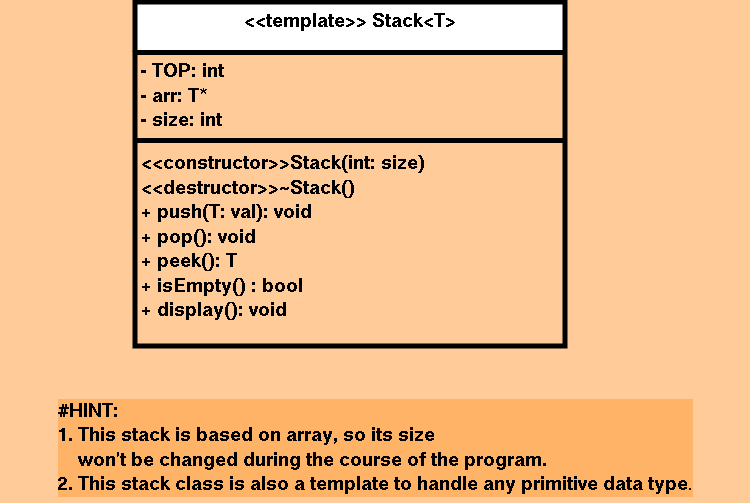
Before: DataStructures/Stack/ExpEvaluation/classDiagram.png, a diagram exported from draw.io (Alsayed-Aldkhakhni/CPP). Source tidied: cells renumbered, new cells last; positions are measured from the earlier drawing's top-left corner, leaving out a move shared by most shapes. Its diagram source:
```xml
<mxGraphModel background="#FFCC99">
  <root>
    <mxCell id="0" />
    <mxCell id="1" parent="0" />
    <mxCell id="2" value="&lt;div align=&quot;left&quot; style=&quot;font-size: 20px;&quot;&gt;&lt;font style=&quot;font-size: 20px;&quot;&gt;&lt;b&gt;#HINT:&lt;/b&gt;&lt;/font&gt;&lt;/div&gt;&lt;div align=&quot;left&quot; style=&quot;font-size: 20px;&quot;&gt;&lt;font style=&quot;font-size: 20px;&quot;&gt;&lt;b&gt;1. This stack is based on array, so its size&lt;/b&gt;&lt;/font&gt;&lt;/div&gt;&lt;div align=&quot;left&quot; style=&quot;font-size: 20px;&quot;&gt;&lt;font style=&quot;font-size: 20px;&quot;&gt;&lt;b&gt;&amp;nbsp;&amp;nbsp;&amp;nbsp; won't be changed during the course of the program.&lt;/b&gt;&lt;/font&gt;&lt;/div&gt;&lt;div align=&quot;left&quot; style=&quot;font-size: 20px;&quot;&gt;&lt;font style=&quot;font-size: 20px;&quot;&gt;&lt;b&gt;2. This stack class is also a template to handle any primitive data type&lt;/b&gt;&lt;/font&gt;.&lt;/div&gt;" style="text;html=1;align=center;verticalAlign=middle;strokeColor=none;fillColor=none;labelBackgroundColor=#FFB366;rotation=0;" parent="1" vertex="1">
      <mxGeometry y="390" width="750" height="110" as="geometry" />
    </mxCell>
    <mxCell id="3" value="&lt;font style=&quot;font-size: 20px;&quot;&gt;&amp;lt;&amp;lt;template&amp;gt;&amp;gt; Stack&amp;lt;T&amp;gt;&lt;/font&gt;" style="swimlane;fontStyle=1;align=center;verticalAlign=top;horizontal=1;startSize=50;whiteSpace=wrap;html=1;strokeWidth=5;swimlaneFillColor=#FFCC99;" parent="1" vertex="1">
      <mxGeometry x="135" width="430" height="344" as="geometry" />
    </mxCell>
    <mxCell id="4" value="&lt;font style=&quot;font-size: 20px;&quot;&gt;&lt;b&gt;&lt;span style=&quot;background-color: rgb(255, 204, 153);&quot;&gt;- TOP: int&lt;br&gt;- arr: T*&lt;br&gt;- size: int&lt;/span&gt;&lt;/b&gt;&lt;/font&gt;&lt;div style=&quot;font-size: 20px;&quot;&gt;&lt;font style=&quot;font-size: 20px;&quot;&gt;&lt;b&gt;&lt;span style=&quot;background-color: rgb(255, 204, 153);&quot;&gt;&lt;br&gt;&lt;br&gt;&lt;br&gt;&lt;/span&gt;&lt;/b&gt;&lt;/font&gt;&lt;/div&gt;" style="text;strokeColor=none;fillColor=none;align=left;verticalAlign=top;spacingLeft=4;spacingRight=4;overflow=hidden;whiteSpace=wrap;html=1;" parent="3" vertex="1">
      <mxGeometry y="50" width="430" height="84" as="geometry" />
    </mxCell>
    <mxCell id="5" style="line;strokeWidth=5;fillColor=none;align=left;verticalAlign=middle;spacingTop=-1;spacingLeft=3;spacingRight=3;labelPosition=right;strokeColor=inherit;" parent="3" vertex="1">
      <mxGeometry y="134" width="430" height="8" as="geometry" />
    </mxCell>
    <mxCell id="6" value="&lt;font style=&quot;font-size: 20px;&quot;&gt;&lt;b&gt;&amp;lt;&amp;lt;constructor&amp;gt;&amp;gt;Stack(int: size)&lt;br&gt;&amp;lt;&amp;lt;destructor&amp;gt;&amp;gt;~Stack()&lt;br&gt;+ push(T: val): void&lt;br&gt;+ pop(): void&lt;br&gt;+ peek(): T&lt;br&gt;+ isEmpty() : bool&lt;br&gt;+ display(): void&lt;/b&gt;&lt;/font&gt;&lt;div style=&quot;font-size: 20px;&quot;&gt;&lt;b&gt;&lt;font style=&quot;font-size: 20px;&quot;&gt;&lt;br&gt;&lt;br&gt;&lt;/font&gt;&lt;br&gt;&lt;/b&gt;&lt;/div&gt;" style="text;strokeColor=none;fillColor=none;align=left;verticalAlign=top;spacingLeft=4;spacingRight=4;overflow=hidden;whiteSpace=wrap;html=1;" parent="3" vertex="1">
      <mxGeometry y="142" width="430" height="202" as="geometry" />
    </mxCell>
  </root>
</mxGraphModel>
```
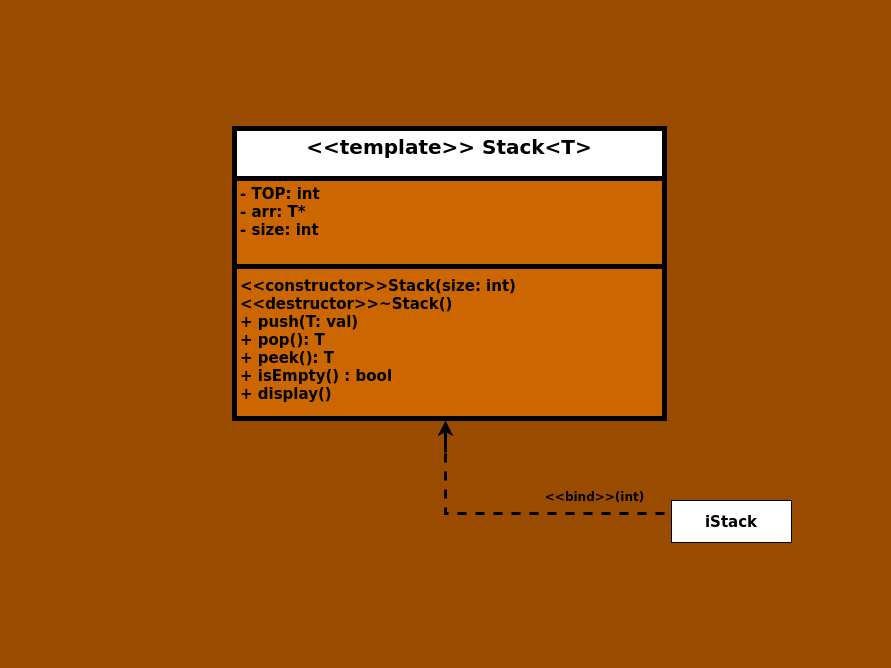
The same diagram one commit later.

Commit message:
UML class diagram, edited.

What changed in the source:
```diff
@@ -1,21 +1,51 @@
-<mxGraphModel background="#FFCC99">
+<mxGraphModel background="#994C00">
   <root>
     <mxCell id="0" />
     <mxCell id="1" parent="0" />
-    <mxCell id="2" value="&lt;div align=&quot;left&quot; style=&quot;font-size: 20px;&quot;&gt;&lt;font style=&quot;font-size: 20px;&quot;&gt;&lt;b&gt;#HINT:&lt;/b&gt;&lt;/font&gt;&lt;/div&gt;&lt;div align=&quot;left&quot; style=&quot;font-size: 20px;&quot;&gt;&lt;font style=&quot;font-size: 20px;&quot;&gt;&lt;b&gt;1. This stack is based on array, so its size&lt;/b&gt;&lt;/font&gt;&lt;/div&gt;&lt;div align=&quot;left&quot; style=&quot;font-size: 20px;&quot;&gt;&lt;font style=&quot;font-size: 20px;&quot;&gt;&lt;b&gt;&amp;nbsp;&amp;nbsp;&amp;nbsp; won't be changed during the course of the program.&lt;/b&gt;&lt;/font&gt;&lt;/div&gt;&lt;div align=&quot;left&quot; style=&quot;font-size: 20px;&quot;&gt;&lt;font style=&quot;font-size: 20px;&quot;&gt;&lt;b&gt;2. This stack class is also a template to handle any primitive data type&lt;/b&gt;&lt;/font&gt;.&lt;/div&gt;" style="text;html=1;align=center;verticalAlign=middle;strokeColor=none;fillColor=none;labelBackgroundColor=#FFB366;rotation=0;" parent="1" vertex="1">
-      <mxGeometry y="390" width="750" height="110" as="geometry" />
-    </mxCell>
-    <mxCell id="3" value="&lt;font style=&quot;font-size: 20px;&quot;&gt;&amp;lt;&amp;lt;template&amp;gt;&amp;gt; Stack&amp;lt;T&amp;gt;&lt;/font&gt;" style="swimlane;fontStyle=1;align=center;verticalAlign=top;horizontal=1;startSize=50;whiteSpace=wrap;html=1;strokeWidth=5;swimlaneFillColor=#FFCC99;" parent="1" vertex="1">
-      <mxGeometry x="135" width="430" height="344" as="geometry" />
+    <mxCell id="3" value="&lt;font style=&quot;font-size: 20px;&quot;&gt;&amp;lt;&amp;lt;template&amp;gt;&amp;gt; Stack&amp;lt;T&amp;gt;&lt;/font&gt;" style="swimlane;fontStyle=1;align=center;verticalAlign=top;horizontal=1;startSize=50;whiteSpace=wrap;html=1;strokeWidth=5;swimlaneFillColor=#CC6600;" parent="1" vertex="1">
+      <mxGeometry x="135" width="430" height="290" as="geometry" />
     </mxCell>
-    <mxCell id="4" value="&lt;font style=&quot;font-size: 20px;&quot;&gt;&lt;b&gt;&lt;span style=&quot;background-color: rgb(255, 204, 153);&quot;&gt;- TOP: int&lt;br&gt;- arr: T*&lt;br&gt;- size: int&lt;/span&gt;&lt;/b&gt;&lt;/font&gt;&lt;div style=&quot;font-size: 20px;&quot;&gt;&lt;font style=&quot;font-size: 20px;&quot;&gt;&lt;b&gt;&lt;span style=&quot;background-color: rgb(255, 204, 153);&quot;&gt;&lt;br&gt;&lt;br&gt;&lt;br&gt;&lt;/span&gt;&lt;/b&gt;&lt;/font&gt;&lt;/div&gt;" style="text;strokeColor=none;fillColor=none;align=left;verticalAlign=top;spacingLeft=4;spacingRight=4;overflow=hidden;whiteSpace=wrap;html=1;" parent="3" vertex="1">
+    <mxCell id="4" value="&lt;font style=&quot;font-size: 15px;&quot;&gt;&lt;b&gt;- TOP: int&lt;/b&gt;&lt;/font&gt;&lt;div style=&quot;font-size: 15px;&quot;&gt;&lt;font style=&quot;font-size: 15px;&quot;&gt;&lt;b&gt;- arr: T*&lt;/b&gt;&lt;/font&gt;&lt;/div&gt;&lt;div style=&quot;font-size: 15px;&quot;&gt;&lt;font style=&quot;font-size: 15px;&quot;&gt;&lt;b&gt;- size: int&lt;/b&gt;&lt;/font&gt;&lt;/div&gt;" style="text;strokeColor=none;fillColor=none;align=left;verticalAlign=top;spacingLeft=4;spacingRight=4;overflow=hidden;whiteSpace=wrap;html=1;" parent="3" vertex="1">
       <mxGeometry y="50" width="430" height="84" as="geometry" />
     </mxCell>
     <mxCell id="5" style="line;strokeWidth=5;fillColor=none;align=left;verticalAlign=middle;spacingTop=-1;spacingLeft=3;spacingRight=3;labelPosition=right;strokeColor=inherit;" parent="3" vertex="1">
       <mxGeometry y="134" width="430" height="8" as="geometry" />
     </mxCell>
-    <mxCell id="6" value="&lt;font style=&quot;font-size: 20px;&quot;&gt;&lt;b&gt;&amp;lt;&amp;lt;constructor&amp;gt;&amp;gt;Stack(int: size)&lt;br&gt;&amp;lt;&amp;lt;destructor&amp;gt;&amp;gt;~Stack()&lt;br&gt;+ push(T: val): void&lt;br&gt;+ pop(): void&lt;br&gt;+ peek(): T&lt;br&gt;+ isEmpty() : bool&lt;br&gt;+ display(): void&lt;/b&gt;&lt;/font&gt;&lt;div style=&quot;font-size: 20px;&quot;&gt;&lt;b&gt;&lt;font style=&quot;font-size: 20px;&quot;&gt;&lt;br&gt;&lt;br&gt;&lt;/font&gt;&lt;br&gt;&lt;/b&gt;&lt;/div&gt;" style="text;strokeColor=none;fillColor=none;align=left;verticalAlign=top;spacingLeft=4;spacingRight=4;overflow=hidden;whiteSpace=wrap;html=1;" parent="3" vertex="1">
-      <mxGeometry y="142" width="430" height="202" as="geometry" />
+    <mxCell id="6" value="&lt;font style=&quot;font-size: 15px;&quot;&gt;&lt;b style=&quot;&quot;&gt;&amp;lt;&amp;lt;constructor&amp;gt;&amp;gt;Stack(size: int)&lt;br&gt;&amp;lt;&amp;lt;destructor&amp;gt;&amp;gt;~Stack()&lt;br&gt;+ push(T: val)&lt;br&gt;+ pop(): T&lt;br&gt;+ peek(): T&lt;br&gt;+ isEmpty() : bool&lt;br&gt;+ display()&lt;/b&gt;&lt;/font&gt;" style="text;strokeColor=none;fillColor=none;align=left;verticalAlign=top;spacingLeft=4;spacingRight=4;overflow=hidden;whiteSpace=wrap;html=1;" parent="3" vertex="1">
+      <mxGeometry y="142" width="430" height="148" as="geometry" />
     </mxCell>
+    <mxCell id="7" value="&lt;b&gt;&amp;lt;&amp;lt;bind&amp;gt;&amp;gt;(int)&lt;/b&gt;" style="text;html=1;align=center;verticalAlign=middle;strokeColor=none;fillColor=none;" parent="1" vertex="1">
+      <mxGeometry x="435" y="354" width="120" height="30" as="geometry" />
+    </mxCell>
+    <mxCell id="8" value="&amp;nbsp;" style="text;html=1;align=center;verticalAlign=middle;strokeColor=none;fillColor=none;" parent="1" vertex="1">
+      <mxGeometry x="-99" width="30" height="30" as="geometry" />
+    </mxCell>
+    <mxCell id="9" value="&amp;nbsp;" style="text;html=1;align=center;verticalAlign=middle;strokeColor=none;fillColor=none;" parent="1" vertex="1">
+      <mxGeometry x="321" y="-128" width="30" height="30" as="geometry" />
+    </mxCell>
+    <mxCell id="10" style="endArrow=classic;html=1;rounded=0;strokeWidth=3;" parent="1" edge="1">
+      <mxGeometry relative="1" as="geometry">
+        <mxPoint x="346" y="324" as="sourcePoint" />
+        <mxPoint x="346" y="292" as="targetPoint" />
+      </mxGeometry>
+    </mxCell>
+    <mxCell id="11" value="&lt;b&gt;&lt;font style=&quot;font-size: 15px;&quot;&gt;iStack&lt;/font&gt;&lt;/b&gt;" style="rounded=0;whiteSpace=wrap;html=1;" parent="1" vertex="1">
+      <mxGeometry x="572" y="372" width="120" height="42" as="geometry" />
+    </mxCell>
+    <mxCell id="12" style="endArrow=none;dashed=1;html=1;rounded=0;entryX=0;entryY=0.5;entryDx=0;entryDy=0;strokeWidth=3;" parent="1" edge="1">
+      <mxGeometry relative="1" as="geometry">
+        <mxPoint x="346" y="325" as="sourcePoint" />
+        <mxPoint x="567" y="385" as="targetPoint" />
+        <Array as="points">
+          <mxPoint x="346" y="385" />
+        </Array>
+      </mxGeometry>
+    </mxCell>
+    <mxCell id="13" value="&amp;nbsp;" style="text;html=1;align=center;verticalAlign=middle;strokeColor=none;fillColor=none;" parent="1" vertex="1">
+      <mxGeometry x="291" y="510" width="30" height="30" as="geometry" />
+    </mxCell>
+    <mxCell id="14" value="&amp;nbsp;" style="text;html=1;align=center;verticalAlign=middle;strokeColor=none;fillColor=none;" parent="1" vertex="1">
+      <mxGeometry x="761" y="210" width="30" height="30" as="geometry" />
+    </mxCell>
   </root>
 </mxGraphModel>
```
